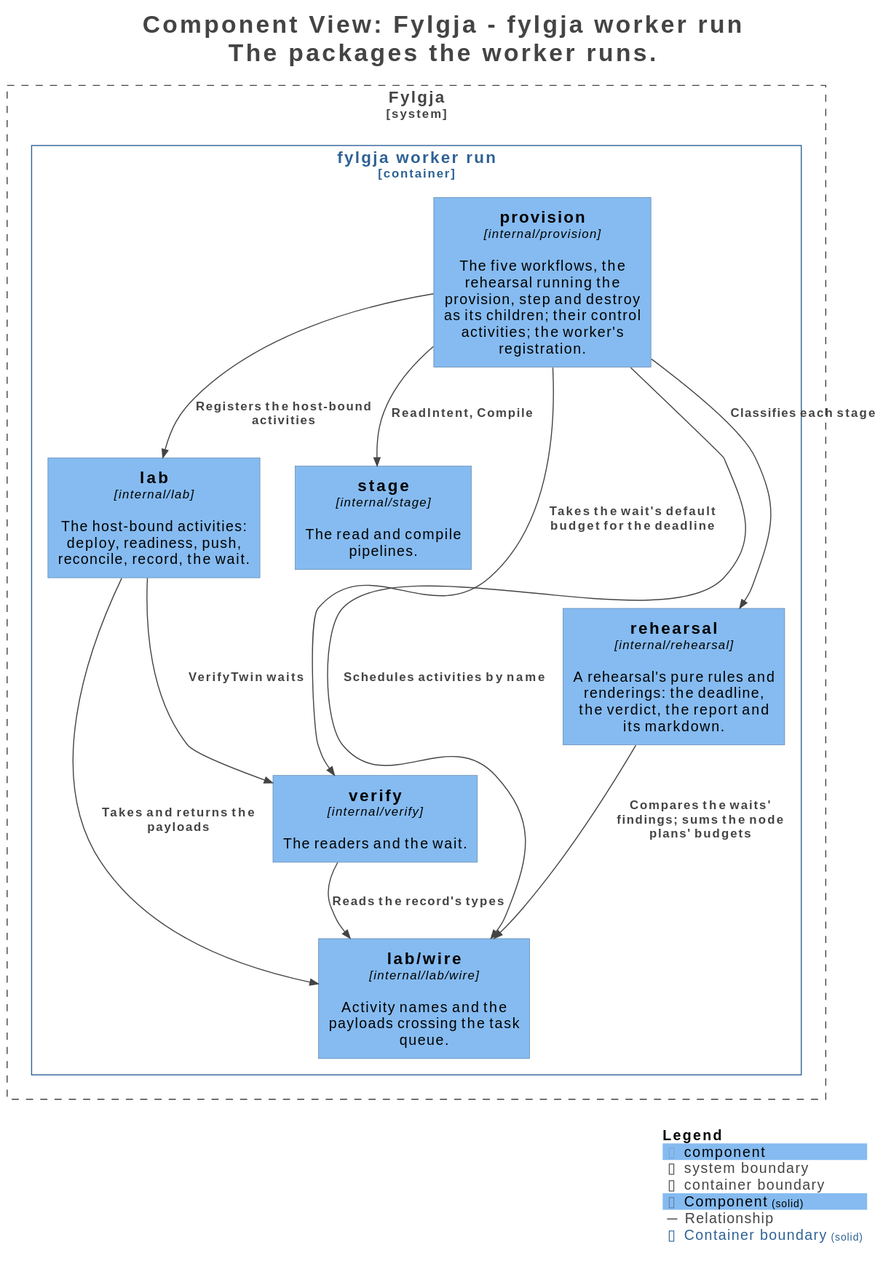
This is docs/c4/structurizr-WorkerComponents.svg from happypathnetworking/fylgja, a PlantUML export, as it was before one commit.
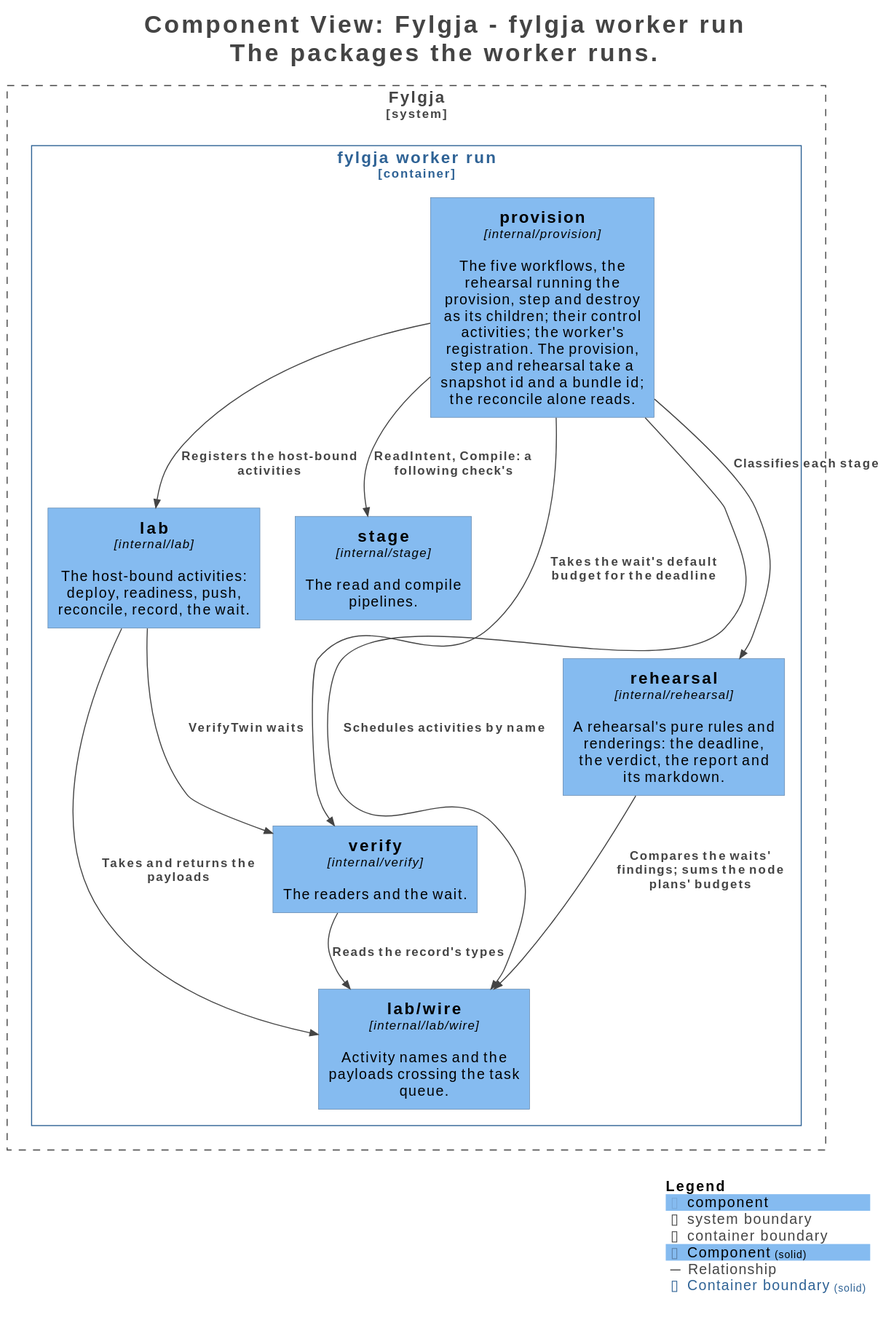
Later version of the same file.

Commit message:
docs(c4): the server takes the snapshots, and the worker reads only to follow

Change to the diagram source:
```diff
@@ -23,7 +23,7 @@
 
 System_Boundary("Fylgja_boundary", "Fylgja", $tags="Software System") {
   Container_Boundary("Fylgja.fylgjaworkerrun_boundary", "fylgja worker run", $tags="Container") {
-    Component(Fylgja.fylgjaworkerrun.provision, "provision", $techn="internal/provision", $descr="The five workflows, the rehearsal running the provision, step and destroy as its children; their control activities; the worker's registration.", $tags="Component", $link="")
+    Component(Fylgja.fylgjaworkerrun.provision, "provision", $techn="internal/provision", $descr="The five workflows, the rehearsal running the provision, step and destroy as its children; their control activities; the worker's registration. The provision, step and rehearsal take a snapshot id and a bundle id; the reconcile alone reads.", $tags="Component", $link="")
     Component(Fylgja.fylgjaworkerrun.lab, "lab", $techn="internal/lab", $descr="The host-bound activities: deploy, readiness, push, reconcile, record, the wait.", $tags="Component", $link="")
     Component(Fylgja.fylgjaworkerrun.stage, "stage", $techn="internal/stage", $descr="The read and compile pipelines.", $tags="Component", $link="")
     Component(Fylgja.fylgjaworkerrun.verify, "verify", $techn="internal/verify", $descr="The readers and the wait.", $tags="Component", $link="")
@@ -33,15 +33,15 @@
 
 }
 
-Rel(Fylgja.fylgjaworkerrun.provision, Fylgja.fylgjaworkerrun.stage, "ReadIntent, Compile", $techn="", $tags="Relationship", $link="")
+Rel(Fylgja.fylgjaworkerrun.provision, Fylgja.fylgjaworkerrun.labwire, "Schedules activities by name", $techn="", $tags="Relationship", $link="")
+Rel(Fylgja.fylgjaworkerrun.provision, Fylgja.fylgjaworkerrun.lab, "Registers the host-bound activities", $techn="", $tags="Relationship", $link="")
+Rel(Fylgja.fylgjaworkerrun.provision, Fylgja.fylgjaworkerrun.stage, "ReadIntent, Compile: a following check's", $techn="", $tags="Relationship", $link="")
 Rel(Fylgja.fylgjaworkerrun.provision, Fylgja.fylgjaworkerrun.rehearsal, "Classifies each stage", $techn="", $tags="Relationship", $link="")
 Rel(Fylgja.fylgjaworkerrun.provision, Fylgja.fylgjaworkerrun.verify, "Takes the wait's default budget for the deadline", $techn="", $tags="Relationship", $link="")
 Rel(Fylgja.fylgjaworkerrun.lab, Fylgja.fylgjaworkerrun.labwire, "Takes and returns the payloads", $techn="", $tags="Relationship", $link="")
 Rel(Fylgja.fylgjaworkerrun.lab, Fylgja.fylgjaworkerrun.verify, "VerifyTwin waits", $techn="", $tags="Relationship", $link="")
 Rel(Fylgja.fylgjaworkerrun.verify, Fylgja.fylgjaworkerrun.labwire, "Reads the record's types", $techn="", $tags="Relationship", $link="")
 Rel(Fylgja.fylgjaworkerrun.rehearsal, Fylgja.fylgjaworkerrun.labwire, "Compares the waits' findings; sums the node plans' budgets", $techn="", $tags="Relationship", $link="")
-Rel(Fylgja.fylgjaworkerrun.provision, Fylgja.fylgjaworkerrun.labwire, "Schedules activities by name", $techn="", $tags="Relationship", $link="")
-Rel(Fylgja.fylgjaworkerrun.provision, Fylgja.fylgjaworkerrun.lab, "Registers the host-bound activities", $techn="", $tags="Relationship", $link="")
 
 SHOW_LEGEND(true)
 hide stereotypes
```
